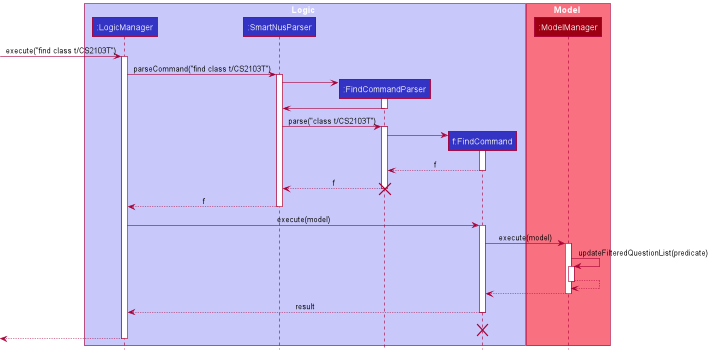
Before: docs/images/developer-guide/FindSequenceDiagram.png, a diagram exported from PlantUML (ryanpeh/SmartNUS).
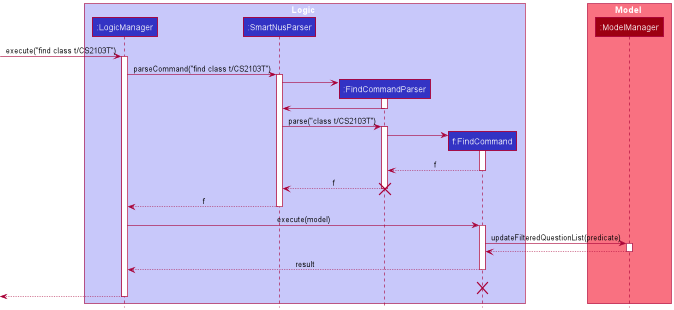
After the change.

Commit message:
change find sequence diagram

Change to the diagram source:
```diff
@@ -28,7 +28,6 @@
 
 activate FindCommandParser
 
-
 create FindCommand
 FindCommandParser -> FindCommand
 activate FindCommand
@@ -47,13 +46,9 @@
 LogicManager -> FindCommand : execute(model)
 activate FindCommand
 
-FindCommand -> ModelManager : execute(model)
+FindCommand -> ModelManager : updateFilteredQuestionList(predicate)
 activate ModelManager
 
-ModelManager -> ModelManager : updateFilteredQuestionList(predicate)
-activate ModelManager
-ModelManager --> ModelManager
-deactivate ModelManager
 ModelManager --> FindCommand
 deactivate ModelManager
 
```
